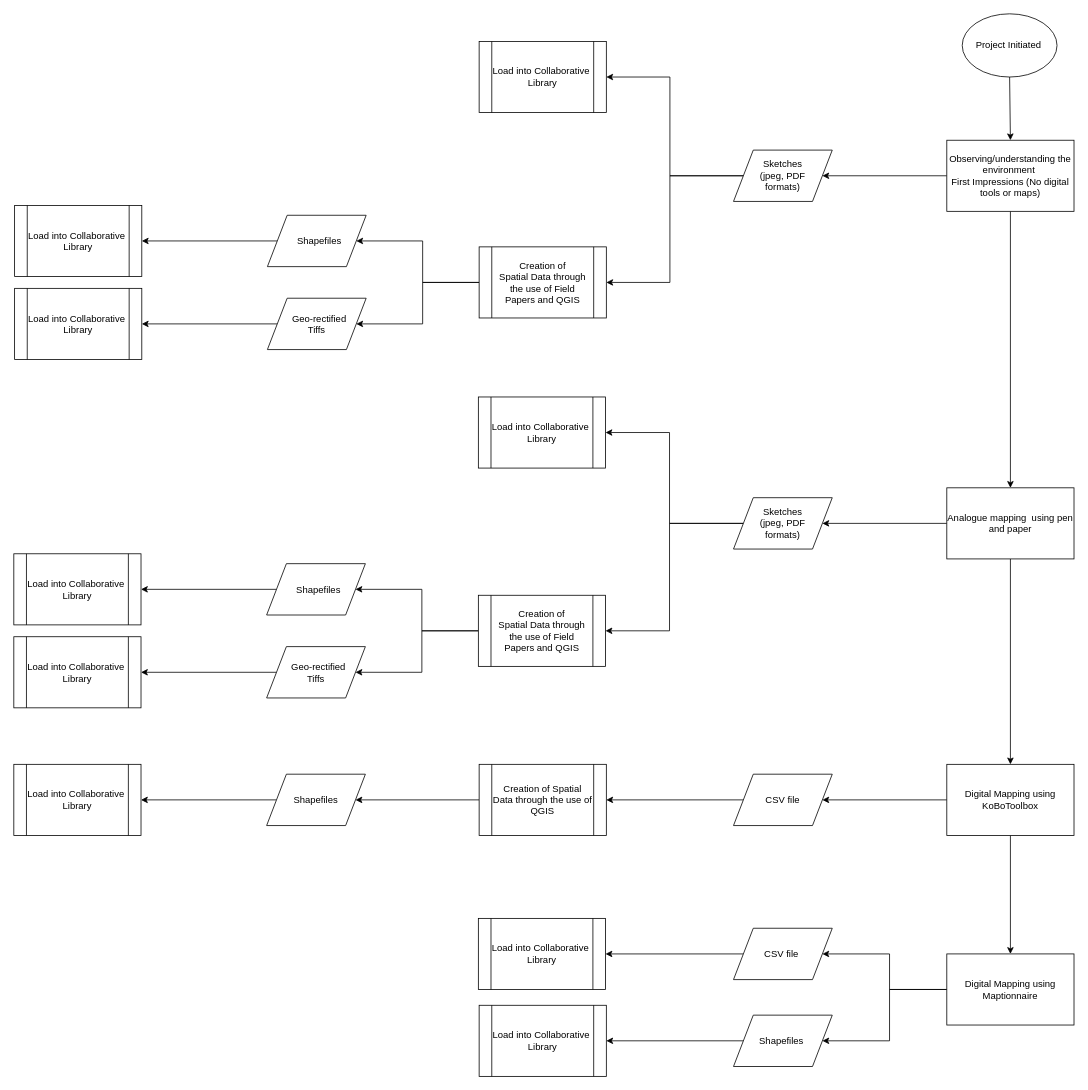
CamGreen/CamGreen.github.io keeps this draw.io diagram as page "Page-1" (1 of 2) of Untitled Diagram.drawio. Above is the earlier version. Source tidied: cells renumbered, new cells numbered last; positions are measured from the earlier drawing's top-left corner, leaving out a move shared by most shapes. Both pictures are drawn from the tidied source at 79%, with x=0, y=0 at pixel (13, 13).
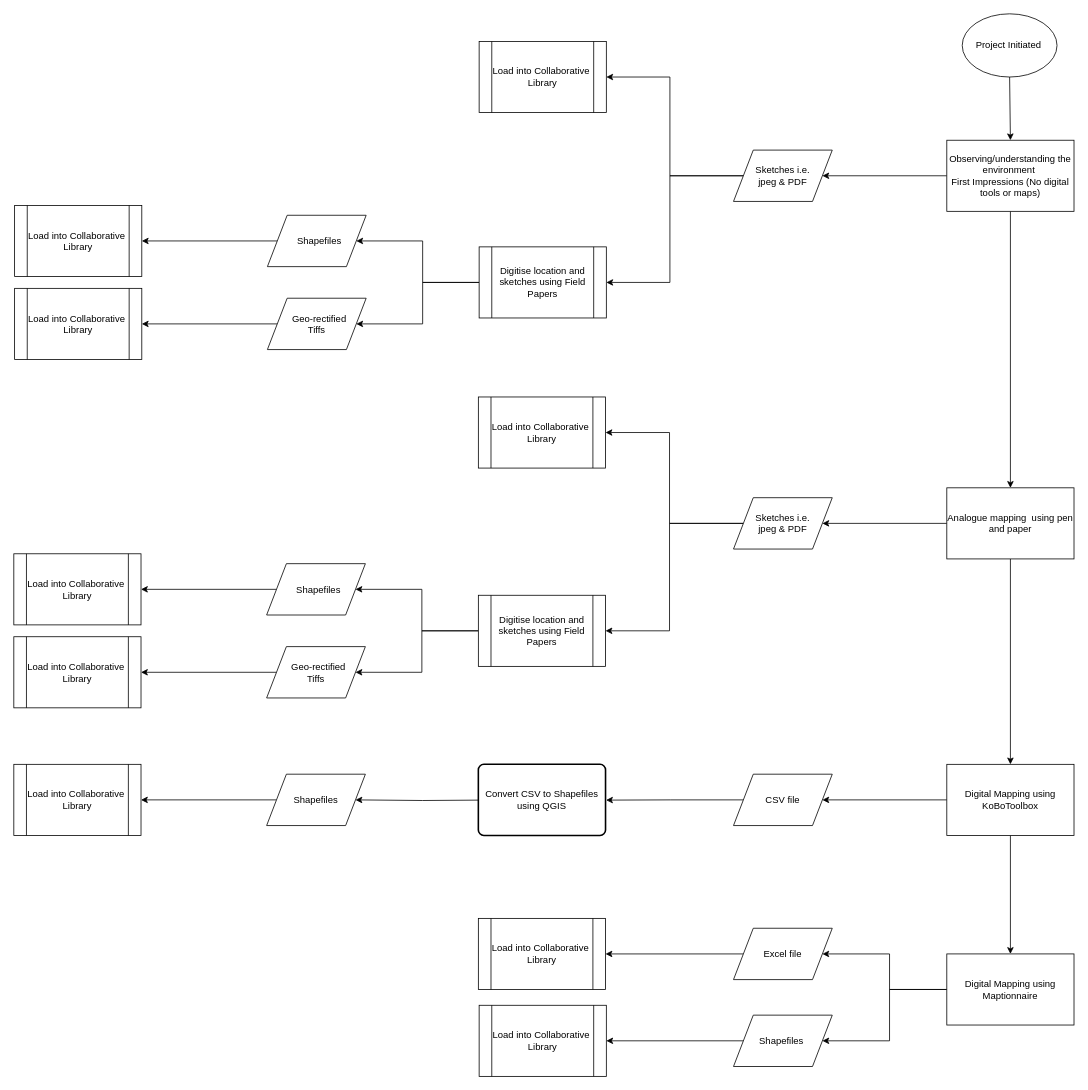
The same page after the edit.

The change refers to these unchanged cells:
```xml
<mxCell id="19" value="&lt;span style=&quot;text-align: left&quot;&gt;CSV file&lt;/span&gt;" style="shape=parallelogram;perimeter=parallelogramPerimeter;whiteSpace=wrap;html=1;align=center;" parent="1" vertex="1">
  <mxGeometry x="911" y="962.5" width="125" height="65" as="geometry" />
</mxCell>
<mxCell id="26" value="Shapefiles" style="shape=parallelogram;perimeter=parallelogramPerimeter;whiteSpace=wrap;html=1;align=center;" parent="1" vertex="1">
  <mxGeometry x="320" y="962.5" width="125" height="65" as="geometry" />
</mxCell>
```

Change to the diagram source:
```diff
@@
-    <mxCell id="8" value="Sketches&lt;br&gt;(jpeg, PDF&lt;br&gt;formats)" style="shape=parallelogram;perimeter=parallelogramPerimeter;whiteSpace=wrap;html=1;align=center;" parent="1" vertex="1">
+    <mxCell id="8" value="Sketches i.e.&lt;br&gt;jpeg &amp;amp; PDF" style="shape=parallelogram;perimeter=parallelogramPerimeter;whiteSpace=wrap;html=1;align=center;" parent="1" vertex="1">
       <mxGeometry x="911" y="172.5" width="125" height="65" as="geometry" />
     </mxCell>
@@
-    <mxCell id="18" style="edgeStyle=orthogonalEdgeStyle;rounded=0;jettySize=auto;html=1;exitX=0;exitY=0.5;exitDx=0;exitDy=0;entryX=1;entryY=0.5;entryDx=0;entryDy=0;" parent="1" edge="1" source="19" target="24">
-      <mxGeometry relative="1" as="geometry" />
+    <mxCell id="18" style="edgeStyle=orthogonalEdgeStyle;rounded=0;jettySize=auto;html=1;exitX=0;exitY=0.5;exitDx=0;exitDy=0;entryX=1;entryY=0.5;entryDx=0;entryDy=0;" parent="1" edge="1" source="19">
+      <mxGeometry relative="1" as="geometry">
+        <mxPoint x="749.7" y="995.3" as="targetPoint" />
+      </mxGeometry>
     </mxCell>
@@
-    <mxCell id="23" style="edgeStyle=orthogonalEdgeStyle;rounded=0;jettySize=auto;html=1;exitX=0;exitY=0.5;exitDx=0;exitDy=0;entryX=1;entryY=0.5;entryDx=0;entryDy=0;" parent="1" edge="1" source="24" target="26">
-      <mxGeometry relative="1" as="geometry" />
+    <mxCell id="23" style="edgeStyle=orthogonalEdgeStyle;rounded=0;jettySize=auto;html=1;exitX=0;exitY=0.5;exitDx=0;exitDy=0;entryX=1;entryY=0.5;entryDx=0;entryDy=0;" parent="1" edge="1" target="26">
+      <mxGeometry relative="1" as="geometry">
+        <mxPoint x="589.7" y="995.3" as="sourcePoint" />
+      </mxGeometry>
     </mxCell>
-    <mxCell id="24" value="Creation of Spatial Data through the use of QGIS" style="shape=process;whiteSpace=wrap;html=1;backgroundOutline=1;align=center;" parent="1" vertex="1">
-      <mxGeometry x="589" y="950" width="161" height="90" as="geometry" />
-    </mxCell>
@@
-    <mxCell id="30" value="Sketches&lt;br&gt;(jpeg, PDF&lt;br&gt;formats)" style="shape=parallelogram;perimeter=parallelogramPerimeter;whiteSpace=wrap;html=1;align=center;" parent="1" vertex="1">
+    <mxCell id="30" value="Sketches i.e.&lt;br&gt;jpeg &amp;amp; PDF" style="shape=parallelogram;perimeter=parallelogramPerimeter;whiteSpace=wrap;html=1;align=center;" parent="1" vertex="1">
       <mxGeometry x="911" y="612.5" width="125" height="65" as="geometry" />
     </mxCell>
@@
-    <mxCell id="33" value="Creation of &lt;br&gt;Spatial Data through the use of Field &lt;br&gt;Papers and QGIS" style="shape=process;whiteSpace=wrap;html=1;backgroundOutline=1;align=center;" parent="1" vertex="1">
+    <mxCell id="33" value="Digitise location and sketches using Field Papers" style="shape=process;whiteSpace=wrap;html=1;backgroundOutline=1;align=center;" parent="1" vertex="1">
       <mxGeometry x="589" y="295" width="161" height="90" as="geometry" />
     </mxCell>
@@
-    <mxCell id="42" value="Creation of &lt;br&gt;Spatial Data through the use of Field &lt;br&gt;Papers and QGIS" style="shape=process;whiteSpace=wrap;html=1;backgroundOutline=1;align=center;" parent="1" vertex="1">
+    <mxCell id="42" value="Digitise location and sketches using Field Papers" style="shape=process;whiteSpace=wrap;html=1;backgroundOutline=1;align=center;" parent="1" vertex="1">
       <mxGeometry x="588" y="736" width="161" height="90" as="geometry" />
     </mxCell>
@@
-    <mxCell id="51" value="&lt;span style=&quot;text-align: left&quot;&gt;CSV file&lt;/span&gt;&amp;nbsp;" style="shape=parallelogram;perimeter=parallelogramPerimeter;whiteSpace=wrap;html=1;align=center;" parent="1" vertex="1">
+    <mxCell id="51" value="&lt;div style=&quot;text-align: left&quot;&gt;Excel file&lt;/div&gt;" style="shape=parallelogram;perimeter=parallelogramPerimeter;whiteSpace=wrap;html=1;align=center;" parent="1" vertex="1">
       <mxGeometry x="911" y="1157.5" width="125" height="65" as="geometry" />
     </mxCell>
@@
+    <mxCell id="55" value="Convert CSV to&amp;nbsp;Shapefiles using QGIS" style="rounded=1;whiteSpace=wrap;html=1;absoluteArcSize=1;arcSize=14;strokeWidth=2;align=center;" parent="1" vertex="1">
+      <mxGeometry x="588" y="950" width="161" height="90" as="geometry" />
+    </mxCell>
```
